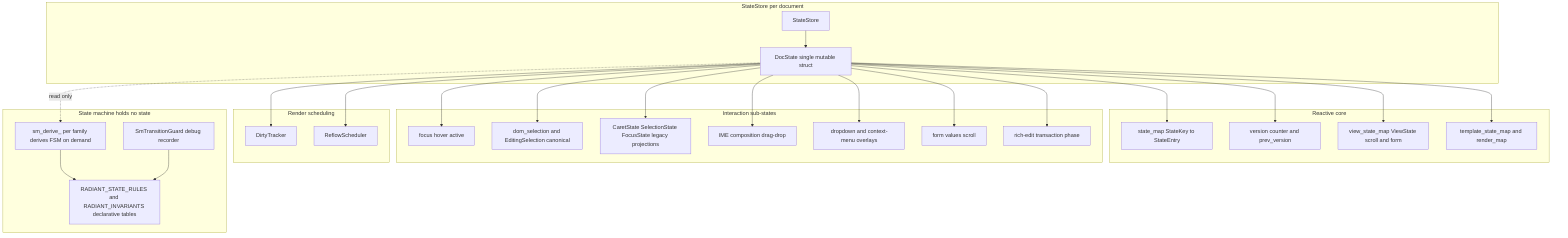
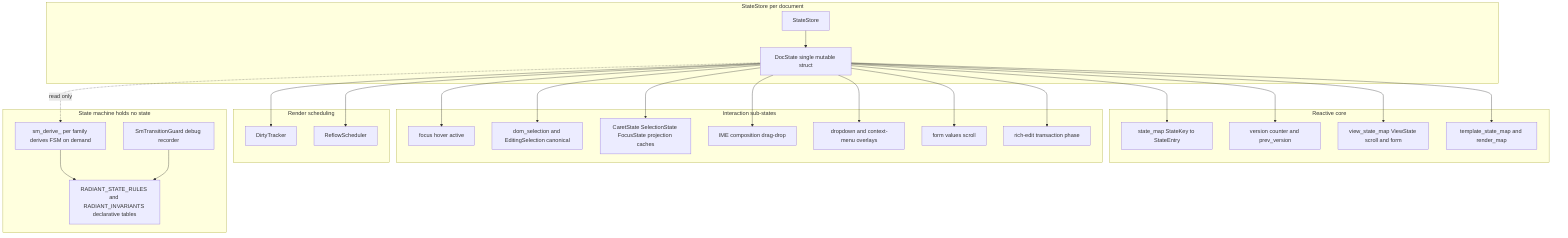
flowchart TB
    subgraph Store[StateStore per document]
        SS[StateStore] --> DS[DocState single mutable struct]
    end

    subgraph Reactive[Reactive core]
        MAP[state_map StateKey to StateEntry]
        VER[version counter and prev_version]
        VS[view_state_map ViewState scroll and form]
        TS[template_state_map and render_map]
    end

    subgraph Interaction[Interaction sub-states]
        FOCUS[focus hover active]
        SEL[dom_selection and EditingSelection canonical]
-         LEG[CaretState SelectionState FocusState legacy projections]
+         LEG[CaretState SelectionState FocusState projection caches]
        IME[IME composition drag-drop]
        OVL[dropdown and context-menu overlays]
        FORM[form values scroll]
        RICH[rich-edit transaction phase]
    end

    subgraph Render[Render scheduling]
        DIRTY[DirtyTracker]
        REFLOW[ReflowScheduler]
    end

    DS --> MAP
    DS --> VER
    DS --> VS
    DS --> TS
    DS --> FOCUS
    DS --> SEL
    DS --> LEG
    DS --> IME
    DS --> OVL
    DS --> FORM
    DS --> RICH
    DS --> DIRTY
    DS --> REFLOW

    subgraph Boundary[State machine holds no state]
        SM[sm_derive_ per family derives FSM on demand]
        SCHEMA[RADIANT_STATE_RULES and RADIANT_INVARIANTS declarative tables]
        GUARD[SmTransitionGuard debug recorder]
    end

    DS -. read only .-> SM
    SM --> SCHEMA
    GUARD --> SCHEMA
